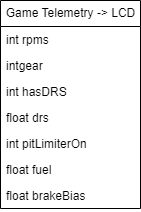
This is docs/stm.drawio.png from samuelswedberg/sim-wheel, a draw.io export, as it was before one commit. Source tidied: cells renumbered, new cells last; positions are measured from the earlier drawing's top-left corner, leaving out a move shared by most shapes. The source it was exported from:
```xml
<mxGraphModel>
  <root>
    <mxCell id="0" />
    <mxCell id="1" parent="0" />
    <mxCell id="2" value="Game Telemetry -&amp;gt; LCD" style="swimlane;fontStyle=0;horizontal=1;startSize=26;fillColor=none;html=1;" parent="1" vertex="1">
      <mxGeometry width="140" height="208" as="geometry" />
    </mxCell>
    <mxCell id="3" value="int rpms" style="text;strokeColor=none;fillColor=none;align=left;verticalAlign=top;spacingLeft=4;spacingRight=4;overflow=hidden;whiteSpace=wrap;html=1;" parent="2" vertex="1">
      <mxGeometry y="26" width="140" height="26" as="geometry" />
    </mxCell>
    <mxCell id="4" value="intgear" style="text;strokeColor=none;fillColor=none;align=left;verticalAlign=top;spacingLeft=4;spacingRight=4;overflow=hidden;whiteSpace=wrap;html=1;" parent="2" vertex="1">
      <mxGeometry y="52" width="140" height="26" as="geometry" />
    </mxCell>
    <mxCell id="5" value="int hasDRS" style="text;strokeColor=none;fillColor=none;align=left;verticalAlign=top;spacingLeft=4;spacingRight=4;overflow=hidden;whiteSpace=wrap;html=1;" parent="2" vertex="1">
      <mxGeometry y="78" width="140" height="26" as="geometry" />
    </mxCell>
    <mxCell id="6" value="float drs" style="text;strokeColor=none;fillColor=none;align=left;verticalAlign=top;spacingLeft=4;spacingRight=4;overflow=hidden;whiteSpace=wrap;html=1;" parent="2" vertex="1">
      <mxGeometry y="104" width="140" height="26" as="geometry" />
    </mxCell>
    <mxCell id="7" value="int pitLimiterOn" style="text;strokeColor=none;fillColor=none;align=left;verticalAlign=top;spacingLeft=4;spacingRight=4;overflow=hidden;whiteSpace=wrap;html=1;" parent="2" vertex="1">
      <mxGeometry y="130" width="140" height="26" as="geometry" />
    </mxCell>
    <mxCell id="8" value="float fuel" style="text;strokeColor=none;fillColor=none;align=left;verticalAlign=top;spacingLeft=4;spacingRight=4;overflow=hidden;whiteSpace=wrap;html=1;" parent="2" vertex="1">
      <mxGeometry y="156" width="140" height="26" as="geometry" />
    </mxCell>
    <mxCell id="9" value="float brakeBias" style="text;strokeColor=none;fillColor=none;align=left;verticalAlign=top;spacingLeft=4;spacingRight=4;overflow=hidden;whiteSpace=wrap;html=1;" parent="2" vertex="1">
      <mxGeometry y="182" width="140" height="26" as="geometry" />
    </mxCell>
  </root>
</mxGraphModel>
```
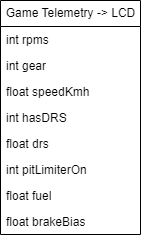
After the commit.

The edit, as a diff of the source:
```diff
@@ -3,28 +3,31 @@
     <mxCell id="0" />
     <mxCell id="1" parent="0" />
     <mxCell id="2" value="Game Telemetry -&amp;gt; LCD" style="swimlane;fontStyle=0;horizontal=1;startSize=26;fillColor=none;html=1;" parent="1" vertex="1">
-      <mxGeometry width="140" height="208" as="geometry" />
+      <mxGeometry width="140" height="234" as="geometry" />
     </mxCell>
     <mxCell id="3" value="int rpms" style="text;strokeColor=none;fillColor=none;align=left;verticalAlign=top;spacingLeft=4;spacingRight=4;overflow=hidden;whiteSpace=wrap;html=1;" parent="2" vertex="1">
       <mxGeometry y="26" width="140" height="26" as="geometry" />
     </mxCell>
-    <mxCell id="4" value="intgear" style="text;strokeColor=none;fillColor=none;align=left;verticalAlign=top;spacingLeft=4;spacingRight=4;overflow=hidden;whiteSpace=wrap;html=1;" parent="2" vertex="1">
+    <mxCell id="4" value="int gear" style="text;strokeColor=none;fillColor=none;align=left;verticalAlign=top;spacingLeft=4;spacingRight=4;overflow=hidden;whiteSpace=wrap;html=1;" parent="2" vertex="1">
       <mxGeometry y="52" width="140" height="26" as="geometry" />
     </mxCell>
+    <mxCell id="10" value="float speedKmh" style="text;strokeColor=none;fillColor=none;align=left;verticalAlign=top;spacingLeft=4;spacingRight=4;overflow=hidden;whiteSpace=wrap;html=1;" parent="2" vertex="1">
+      <mxGeometry y="78" width="140" height="26" as="geometry" />
+    </mxCell>
     <mxCell id="5" value="int hasDRS" style="text;strokeColor=none;fillColor=none;align=left;verticalAlign=top;spacingLeft=4;spacingRight=4;overflow=hidden;whiteSpace=wrap;html=1;" parent="2" vertex="1">
-      <mxGeometry y="78" width="140" height="26" as="geometry" />
+      <mxGeometry y="104" width="140" height="26" as="geometry" />
     </mxCell>
     <mxCell id="6" value="float drs" style="text;strokeColor=none;fillColor=none;align=left;verticalAlign=top;spacingLeft=4;spacingRight=4;overflow=hidden;whiteSpace=wrap;html=1;" parent="2" vertex="1">
-      <mxGeometry y="104" width="140" height="26" as="geometry" />
+      <mxGeometry y="130" width="140" height="26" as="geometry" />
     </mxCell>
     <mxCell id="7" value="int pitLimiterOn" style="text;strokeColor=none;fillColor=none;align=left;verticalAlign=top;spacingLeft=4;spacingRight=4;overflow=hidden;whiteSpace=wrap;html=1;" parent="2" vertex="1">
-      <mxGeometry y="130" width="140" height="26" as="geometry" />
+      <mxGeometry y="156" width="140" height="26" as="geometry" />
     </mxCell>
     <mxCell id="8" value="float fuel" style="text;strokeColor=none;fillColor=none;align=left;verticalAlign=top;spacingLeft=4;spacingRight=4;overflow=hidden;whiteSpace=wrap;html=1;" parent="2" vertex="1">
-      <mxGeometry y="156" width="140" height="26" as="geometry" />
+      <mxGeometry y="182" width="140" height="26" as="geometry" />
     </mxCell>
     <mxCell id="9" value="float brakeBias" style="text;strokeColor=none;fillColor=none;align=left;verticalAlign=top;spacingLeft=4;spacingRight=4;overflow=hidden;whiteSpace=wrap;html=1;" parent="2" vertex="1">
-      <mxGeometry y="182" width="140" height="26" as="geometry" />
+      <mxGeometry y="208" width="140" height="26" as="geometry" />
     </mxCell>
   </root>
 </mxGraphModel>
```
